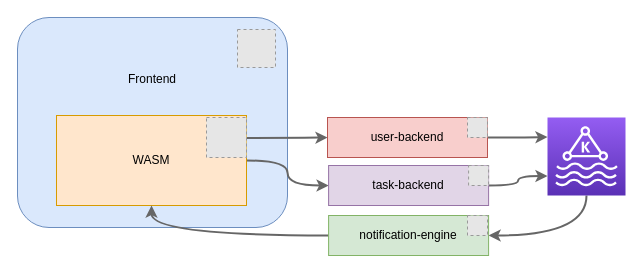
ftieben/Athene keeps this draw.io diagram as misc/AtheneArch.drawio. Above is the earlier version. Source tidied: cells renumbered, new cells numbered last; positions are measured from the earlier drawing's top-left corner, leaving out a move shared by most shapes. Both pictures are drawn from the tidied source at 100%, with x=0, y=0 at pixel (17, 17). Pictures stored in the file or linked from it are replaced by grey dashed boxes.
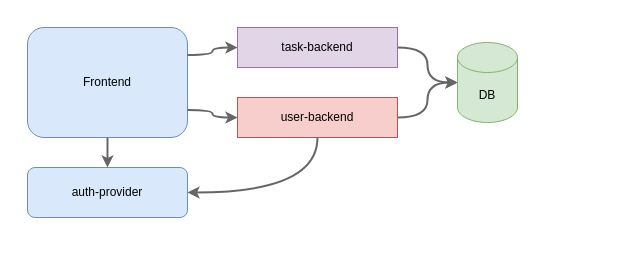
Above is the later version.

The edit, as a diff of the source:
```diff
@@
-    <mxCell id="2" value="Frontend&lt;br&gt;&lt;br&gt;&lt;br&gt;&lt;br&gt;&lt;br&gt;&lt;br&gt;&lt;br&gt;" style="rounded=1;whiteSpace=wrap;html=1;fillColor=#dae8fc;strokeColor=#6c8ebf;" parent="1" vertex="1">
-      <mxGeometry width="270" height="210" as="geometry" />
+    <mxCell id="2" value="&lt;blockquote style=&quot;margin: 0 0 0 40px ; border: none ; padding: 0px&quot;&gt;&lt;blockquote style=&quot;margin: 0 0 0 40px ; border: none ; padding: 0px&quot;&gt;&lt;blockquote style=&quot;margin: 0 0 0 40px ; border: none ; padding: 0px&quot;&gt;&lt;div&gt;&lt;/div&gt;&lt;/blockquote&gt;&lt;/blockquote&gt;&lt;/blockquote&gt;&lt;br&gt;&lt;br&gt;Frontend&lt;br&gt;&lt;br&gt;&lt;br&gt;" style="rounded=1;whiteSpace=wrap;html=1;fillColor=#dae8fc;strokeColor=#6c8ebf;" parent="1" vertex="1">
+      <mxGeometry x="10" y="10" width="160" height="110" as="geometry" />
     </mxCell>
-    <mxCell id="3" style="edgeStyle=orthogonalEdgeStyle;jettySize=auto;html=1;exitX=1;exitY=0.5;exitDx=0;exitDy=0;entryX=0;entryY=0.5;entryDx=0;entryDy=0;curved=1;shadow=0;fillColor=#f5f5f5;strokeColor=#666666;strokeWidth=2;" parent="1" edge="1" source="5" target="7">
+    <mxCell id="3" style="edgeStyle=orthogonalEdgeStyle;jettySize=auto;html=1;exitX=1;exitY=0.75;exitDx=0;exitDy=0;curved=1;shadow=0;fillColor=#f5f5f5;strokeColor=#666666;strokeWidth=2;entryX=0;entryY=0.5;entryDx=0;entryDy=0;" parent="1" edge="1" source="2" target="15">
       <mxGeometry relative="1" as="geometry" />
     </mxCell>
-    <mxCell id="4" style="edgeStyle=orthogonalEdgeStyle;jettySize=auto;html=1;exitX=1;exitY=0.25;exitDx=0;exitDy=0;entryX=0;entryY=0.5;entryDx=0;entryDy=0;curved=1;shadow=0;fillColor=#f5f5f5;strokeColor=#666666;strokeWidth=2;" parent="1" edge="1" source="5" target="15">
+    <mxCell id="4" style="edgeStyle=orthogonalEdgeStyle;jettySize=auto;html=1;exitX=1;exitY=0.25;exitDx=0;exitDy=0;curved=1;shadow=0;fillColor=#f5f5f5;strokeColor=#666666;strokeWidth=2;" parent="1" edge="1" source="2" target="7">
       <mxGeometry relative="1" as="geometry" />
     </mxCell>
-    <mxCell id="5" value="WASM" style="rounded=0;whiteSpace=wrap;html=1;fillColor=#ffe6cc;strokeColor=#d79b00;" parent="1" vertex="1">
-      <mxGeometry x="39" y="98" width="190" height="90" as="geometry" />
-    </mxCell>
-    <mxCell id="6" style="edgeStyle=orthogonalEdgeStyle;jettySize=auto;html=1;exitX=1;exitY=0.5;exitDx=0;exitDy=0;entryX=0;entryY=0.75;entryDx=0;entryDy=0;entryPerimeter=0;curved=1;shadow=0;fillColor=#f5f5f5;strokeColor=#666666;strokeWidth=2;" parent="1" edge="1" source="7" target="10">
+    <mxCell id="6" style="edgeStyle=orthogonalEdgeStyle;jettySize=auto;html=1;exitX=1;exitY=0.5;exitDx=0;exitDy=0;entryX=0;entryY=0.5;entryDx=0;entryDy=0;curved=1;shadow=0;fillColor=#f5f5f5;strokeColor=#666666;strokeWidth=2;entryPerimeter=0;" parent="1" edge="1" source="7" target="20">
       <mxGeometry relative="1" as="geometry" />
     </mxCell>
     <mxCell id="7" value="task-backend" style="rounded=0;whiteSpace=wrap;html=1;fillColor=#e1d5e7;strokeColor=#9673a6;" parent="1" vertex="1">
-      <mxGeometry x="311.1" y="148" width="160" height="40" as="geometry" />
+      <mxGeometry x="220" y="10" width="160" height="40" as="geometry" />
     </mxCell>
-    <mxCell id="8" style="edgeStyle=orthogonalEdgeStyle;jettySize=auto;html=1;exitX=0.5;exitY=1;exitDx=0;exitDy=0;entryX=1;entryY=0.5;entryDx=0;entryDy=0;exitPerimeter=0;curved=1;shadow=0;fillColor=#f5f5f5;strokeColor=#666666;strokeWidth=2;" parent="1" edge="1" source="10" target="17">
-      <mxGeometry relative="1" as="geometry">
-        <Array as="points">
-          <mxPoint x="569" y="218" />
-        </Array>
-      </mxGeometry>
-    </mxCell>
-    <mxCell id="9" style="edgeStyle=orthogonalEdgeStyle;jettySize=auto;html=1;exitX=0;exitY=0.5;exitDx=0;exitDy=0;entryX=0.5;entryY=1;entryDx=0;entryDy=0;curved=1;shadow=0;fillColor=#f5f5f5;strokeColor=#666666;strokeWidth=2;" parent="1" edge="1" source="17" target="5">
-      <mxGeometry relative="1" as="geometry" />
-    </mxCell>
-    <mxCell id="10" style="points=[[0,0,0],[0.25,0,0],[0.5,0,0],[0.75,0,0],[1,0,0],[0,1,0],[0.25,1,0],[0.5,1,0],[0.75,1,0],[1,1,0],[0,0.25,0],[0,0.5,0],[0,0.75,0],[1,0.25,0],[1,0.5,0],[1,0.75,0]];outlineConnect=0;fontColor=#232F3E;gradientColor=#945DF2;gradientDirection=north;fillColor=#5A30B5;strokeColor=#ffffff;dashed=0;verticalLabelPosition=bottom;verticalAlign=top;align=center;html=1;fontSize=12;fontStyle=0;shape=mxgraph.aws4.resourceIcon;resIcon=mxgraph.aws4.managed_streaming_for_kafka;" parent="1" vertex="1">
-      <mxGeometry x="530" y="100" width="78" height="78" as="geometry" />
-    </mxCell>
-    <mxCell id="11" style="fillColor=#E6E6E6;strokeColor=#999999;dashed=1;html=1;verticalAlign=top;verticalLabelPosition=bottom;labelBackgroundColor=#ffffff;" parent="1" vertex="1">
-      <mxGeometry x="189" y="100" width="40" height="40" as="geometry" />
-    </mxCell>
-    <mxCell id="12" style="fillColor=#E6E6E6;strokeColor=#999999;dashed=1;html=1;verticalAlign=top;verticalLabelPosition=bottom;labelBackgroundColor=#ffffff;" parent="1" vertex="1">
-      <mxGeometry x="220" y="12" width="38" height="38" as="geometry" />
-    </mxCell>
-    <mxCell id="13" style="fillColor=#E6E6E6;strokeColor=#999999;dashed=1;html=1;verticalAlign=top;verticalLabelPosition=bottom;labelBackgroundColor=#ffffff;" parent="1" vertex="1">
-      <mxGeometry x="451.1" y="148" width="20" height="20" as="geometry" />
-    </mxCell>
-    <mxCell id="14" style="edgeStyle=orthogonalEdgeStyle;jettySize=auto;html=1;exitX=1;exitY=0.5;exitDx=0;exitDy=0;entryX=0;entryY=0.25;entryDx=0;entryDy=0;entryPerimeter=0;curved=1;shadow=0;fillColor=#f5f5f5;strokeColor=#666666;strokeWidth=2;" parent="1" edge="1" source="15" target="10">
+    <mxCell id="14" style="edgeStyle=orthogonalEdgeStyle;jettySize=auto;html=1;exitX=1;exitY=0.5;exitDx=0;exitDy=0;entryX=0;entryY=0.5;entryDx=0;entryDy=0;curved=1;shadow=0;fillColor=#f5f5f5;strokeColor=#666666;strokeWidth=2;entryPerimeter=0;" parent="1" edge="1" source="15" target="20">
       <mxGeometry relative="1" as="geometry" />
     </mxCell>
     <mxCell id="15" value="user-backend" style="rounded=0;whiteSpace=wrap;html=1;fillColor=#f8cecc;strokeColor=#b85450;" parent="1" vertex="1">
-      <mxGeometry x="310" y="100" width="160" height="40" as="geometry" />
+      <mxGeometry x="220" y="80" width="160" height="40" as="geometry" />
     </mxCell>
-    <mxCell id="16" style="fillColor=#E6E6E6;strokeColor=#999999;dashed=1;html=1;verticalAlign=top;verticalLabelPosition=bottom;labelBackgroundColor=#ffffff;" parent="1" vertex="1">
-      <mxGeometry x="450" y="100" width="20" height="20" as="geometry" />
-    </mxCell>
-    <mxCell id="17" value="notification-engine" style="rounded=0;whiteSpace=wrap;html=1;fillColor=#d5e8d4;strokeColor=#82b366;" parent="1" vertex="1">
-      <mxGeometry x="311.1" y="198" width="160" height="40" as="geometry" />
-    </mxCell>
-    <mxCell id="18" style="fillColor=#E6E6E6;strokeColor=#999999;dashed=1;html=1;verticalAlign=top;verticalLabelPosition=bottom;labelBackgroundColor=#ffffff;" parent="1" vertex="1">
-      <mxGeometry x="450" y="198" width="20" height="20" as="geometry" />
-    </mxCell>
+    <mxCell id="19" value="&lt;blockquote style=&quot;margin: 0 0 0 40px ; border: none ; padding: 0px&quot;&gt;&lt;blockquote style=&quot;margin: 0 0 0 40px ; border: none ; padding: 0px&quot;&gt;&lt;blockquote style=&quot;margin: 0 0 0 40px ; border: none ; padding: 0px&quot;&gt;&lt;div&gt;&lt;/div&gt;&lt;/blockquote&gt;&lt;/blockquote&gt;&lt;/blockquote&gt;auth-provider" style="rounded=1;whiteSpace=wrap;html=1;fillColor=#dae8fc;strokeColor=#6c8ebf;" parent="1" vertex="1">
+      <mxGeometry x="10" y="150" width="160" height="50" as="geometry" />
+    </mxCell>
+    <mxCell id="20" value="DB" style="shape=cylinder3;whiteSpace=wrap;html=1;boundedLbl=1;backgroundOutline=1;size=15;fillColor=#d5e8d4;strokeColor=#82b366;" parent="1" vertex="1">
+      <mxGeometry x="440" y="25" width="60" height="80" as="geometry" />
+    </mxCell>
+    <mxCell id="21" style="edgeStyle=orthogonalEdgeStyle;jettySize=auto;html=1;exitX=0.5;exitY=1;exitDx=0;exitDy=0;curved=1;shadow=0;fillColor=#f5f5f5;strokeColor=#666666;strokeWidth=2;entryX=0.5;entryY=0;entryDx=0;entryDy=0;" parent="1" edge="1" source="2" target="19">
+      <mxGeometry relative="1" as="geometry" />
+    </mxCell>
+    <mxCell id="22" style="edgeStyle=orthogonalEdgeStyle;jettySize=auto;html=1;exitX=0.5;exitY=1;exitDx=0;exitDy=0;curved=1;shadow=0;fillColor=#f5f5f5;strokeColor=#666666;strokeWidth=2;entryX=1;entryY=0.5;entryDx=0;entryDy=0;" parent="1" edge="1" source="15" target="19">
+      <mxGeometry relative="1" as="geometry" />
+    </mxCell>
```
